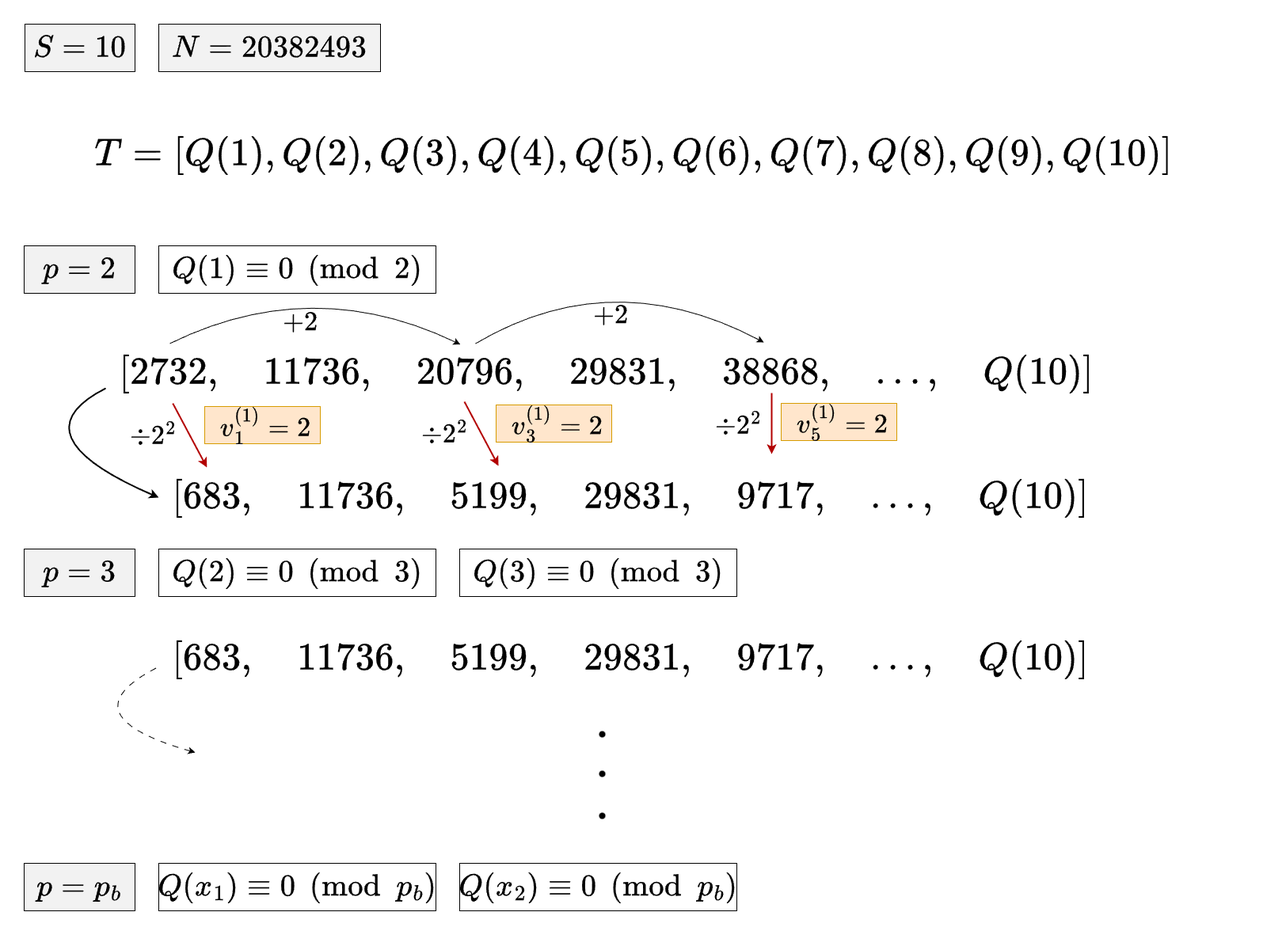
Earlier version of the draw.io export beamer/diagrams/anim_crible/part8.png (TristanDelcourt/TIPE). Source tidied: cells renumbered, new cells last; positions are measured from the earlier drawing's top-left corner, leaving out a move shared by most shapes.
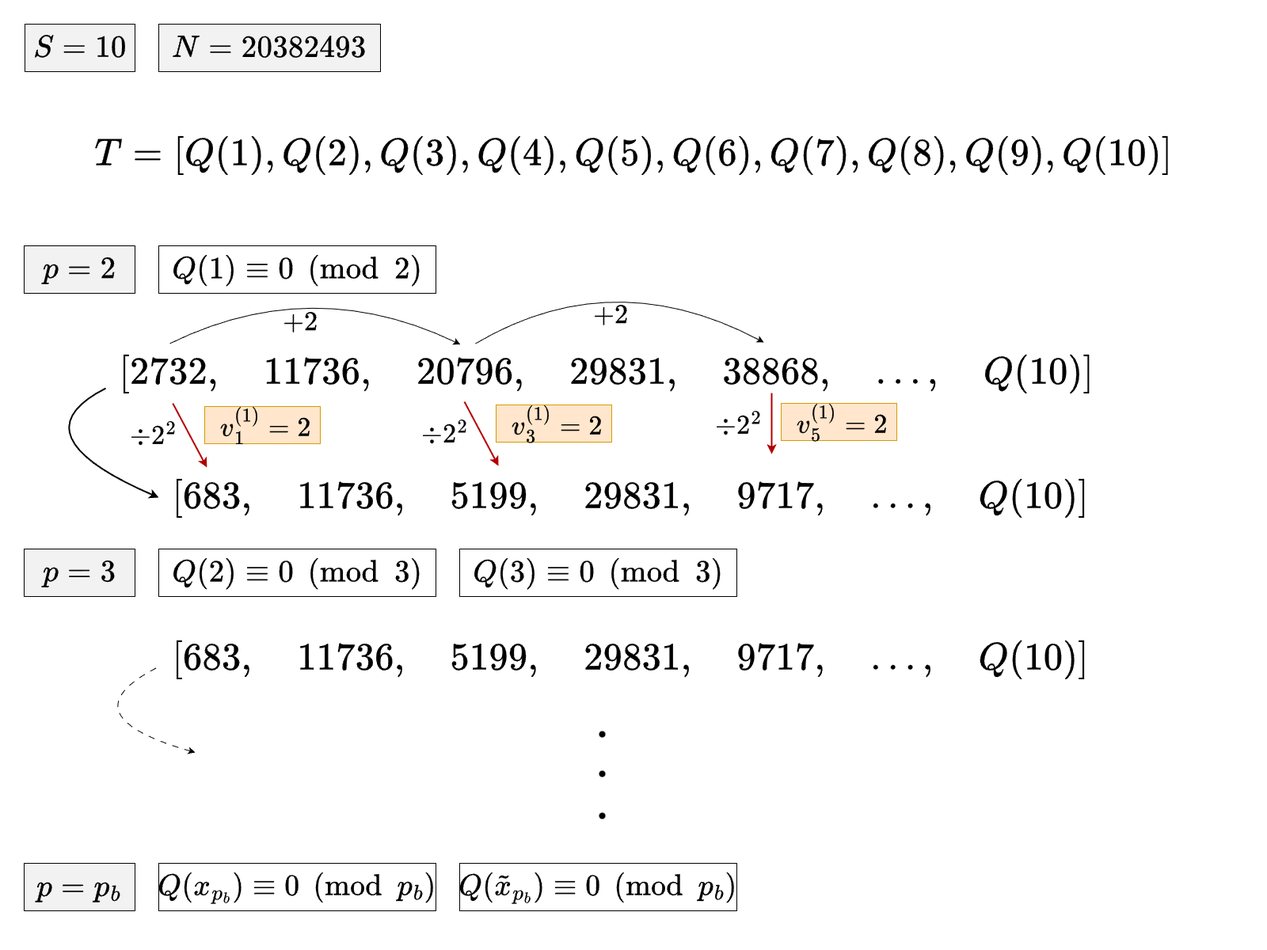
After the change.

What changed in the source:
```diff
@@ -119,10 +119,10 @@
     <mxCell id="37" style="shape=waypoint;sketch=0;fillStyle=solid;size=6;fillColor=none;perimeter=centerPerimeter;fontSize=12;strokeWidth=2;" parent="32" vertex="1">
       <mxGeometry x="733" y="990" width="20" height="20" as="geometry" />
     </mxCell>
-    <mxCell id="38" value="\(Q(x_2)\equiv0\pmod{ p_b}\)" style="rounded=0;whiteSpace=wrap;html=1;fontSize=33;" parent="32" vertex="1">
+    <mxCell id="38" value="&lt;font style=&quot;font-size: 32px;&quot;&gt;\(Q(\tilde{x}_{p_b})\equiv0\pmod{ p_b}\)&lt;/font&gt;" style="rounded=0;whiteSpace=wrap;html=1;fontSize=33;" parent="32" vertex="1">
       <mxGeometry x="563" y="1060" width="350" height="60" as="geometry" />
     </mxCell>
-    <mxCell id="39" value="\(Q(x_1)\equiv0\pmod {p_b}\)" style="rounded=0;whiteSpace=wrap;html=1;fontSize=33;" parent="32" vertex="1">
+    <mxCell id="39" value="&lt;font style=&quot;font-size: 32px;&quot;&gt;\(Q(x_{p_b})\equiv0\pmod {p_b}\)&lt;/font&gt;" style="rounded=0;whiteSpace=wrap;html=1;fontSize=33;" parent="32" vertex="1">
       <mxGeometry x="183" y="1060" width="350" height="60" as="geometry" />
     </mxCell>
     <mxCell id="40" value="\(p=p_b\)" style="rounded=0;whiteSpace=wrap;html=1;fontSize=33;fillColor=#F2F2F2;" parent="32" vertex="1">
```
